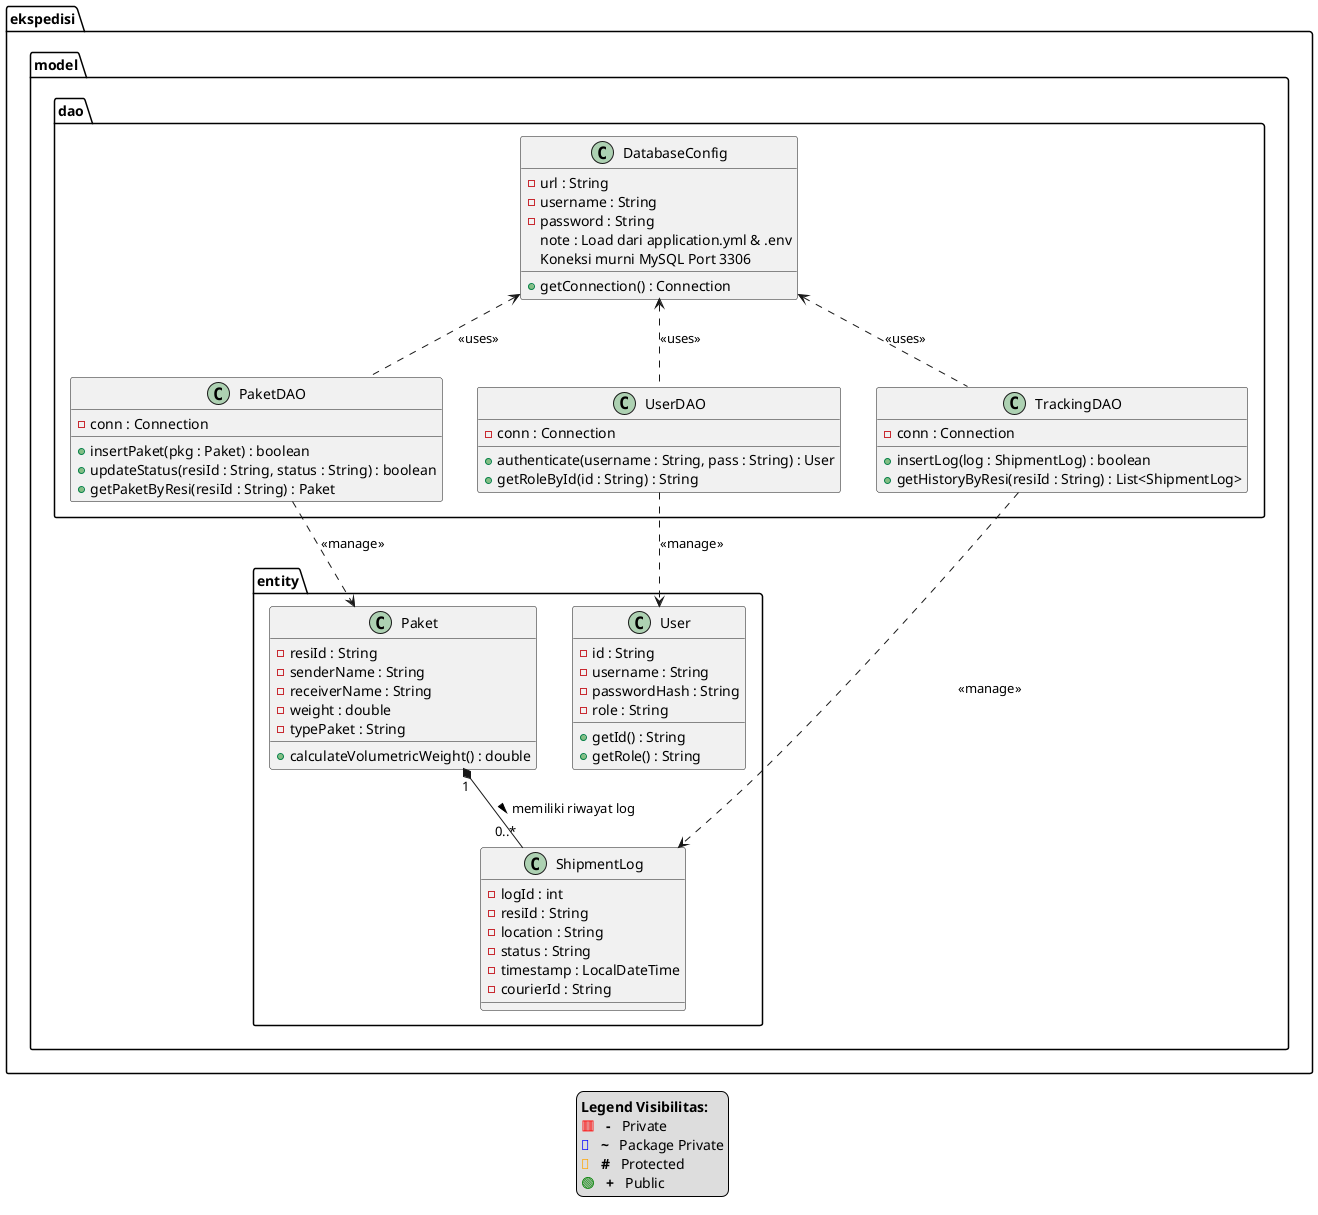
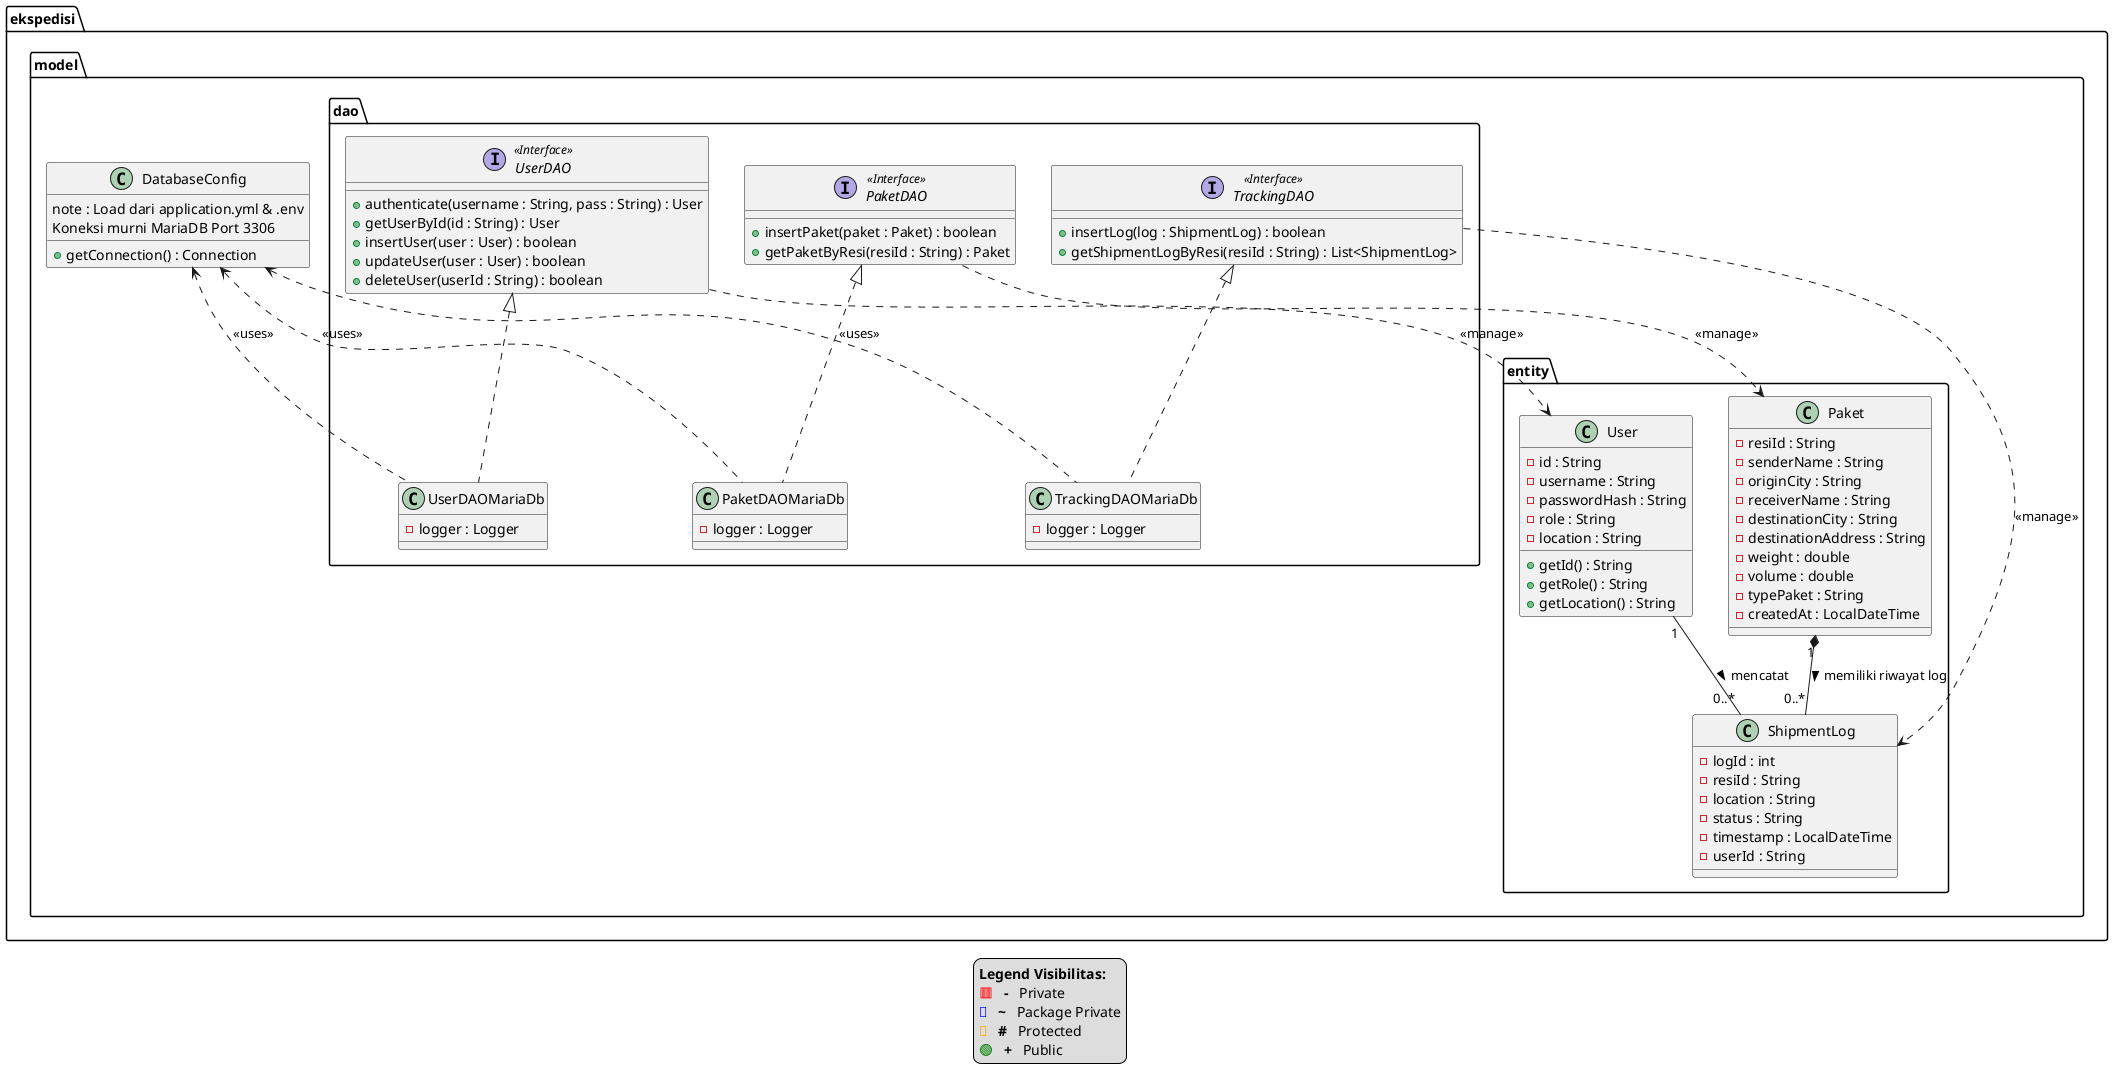
@startuml

package "ekspedisi.model" <<Folder>> {
+ 
+     class DatabaseConfig {
+         + getConnection() : Connection
+         note : Load dari application.yml & .env\nKoneksi murni MariaDB Port 3306
+     }

    package "entity" <<Folder>> {
        class User {
            - id : String
            - username : String
            - passwordHash : String
            - role : String
+             - location : String
            + getId() : String
            + getRole() : String
+             + getLocation() : String
        }

        class Paket {
            - resiId : String
            - senderName : String
+             - originCity : String
            - receiverName : String
+             - destinationCity : String
+             - destinationAddress : String
            - weight : double
+             - volume : double
            - typePaket : String
-             + calculateVolumetricWeight() : double
+             - createdAt : LocalDateTime
        }

        class ShipmentLog {
            - logId : int
            - resiId : String
            - location : String
            - status : String
            - timestamp : LocalDateTime
-             - courierId : String
+             - userId : String
        }
    }

    package "dao" <<Folder>> {
-         class DatabaseConfig {
-             - url : String
-             - username : String
-             - password : String
-             + getConnection() : Connection
-             note : Load dari application.yml & .env\nKoneksi murni MySQL Port 3306
+ 
+         interface UserDAO <<Interface>> {
+             + authenticate(username : String, pass : String) : User
+             + getUserById(id : String) : User
+             + insertUser(user : User) : boolean
+             + updateUser(user : User) : boolean
+             + deleteUser(userId : String) : boolean
        }

-         class PaketDAO {
-             - conn : Connection
-             + insertPaket(pkg : Paket) : boolean
-             + updateStatus(resiId : String, status : String) : boolean
+         interface PaketDAO <<Interface>> {
+             + insertPaket(paket : Paket) : boolean
            + getPaketByResi(resiId : String) : Paket
        }

-         class TrackingDAO {
-             - conn : Connection
+         interface TrackingDAO <<Interface>> {
            + insertLog(log : ShipmentLog) : boolean
-             + getHistoryByResi(resiId : String) : List<ShipmentLog>
+             + getShipmentLogByResi(resiId : String) : List<ShipmentLog>
        }

-         class UserDAO {
-             - conn : Connection
-             + authenticate(username : String, pass : String) : User
-             + getRoleById(id : String) : String
+         ' --- IMPLEMENTASI MARIA DB ---
+         class UserDAOMariaDb {
+             - logger : Logger
+         }
+ 
+         class PaketDAOMariaDb {
+             - logger : Logger
+         }
+ 
+         class TrackingDAOMariaDb {
+             - logger : Logger
        }
    }
}

- ' Relasi Database Config ke DAO (depedency)
- DatabaseConfig <.. PaketDAO : <<uses>>
- DatabaseConfig <.. TrackingDAO : <<uses>>
- DatabaseConfig <.. UserDAO : <<uses>>
+ ' Relasi Implementasi (Realization)
+ UserDAO <|.. UserDAOMariaDb
+ PaketDAO <|.. PaketDAOMariaDb
+ TrackingDAO <|.. TrackingDAOMariaDb

- ' Relasi DAO ke Entity (dependency)
+ ' Relasi Database Config ke Implementasi DAO (Dependency)
+ DatabaseConfig <.. UserDAOMariaDb : <<uses>>
+ DatabaseConfig <.. PaketDAOMariaDb : <<uses>>
+ DatabaseConfig <.. TrackingDAOMariaDb : <<uses>>
+ 
+ ' Relasi Interface DAO ke Entity (Dependency)
PaketDAO ..> Paket : <<manage>>
TrackingDAO ..> ShipmentLog : <<manage>>
UserDAO ..> User : <<manage>>

- ' Relasi antar Entity (Komposisi)
+ ' Relasi antar Entity / Table
Paket "1" *-- "0..*" ShipmentLog : memiliki riwayat log >
+ User "1" -- "0..*" ShipmentLog : mencatat >

'Legenda
legend bottom center
      <b>Legend Visibilitas:</b>
      <color:red>🟥</color>  <b> - </b>  Private
      <color:blue>🔷</color>  <b> ~ </b>  Package Private
      <color:orange>🔶</color>  <b> # </b>  Protected
      <color:green>🟢</color>  <b> + </b>  Public
endlegend

@enduml